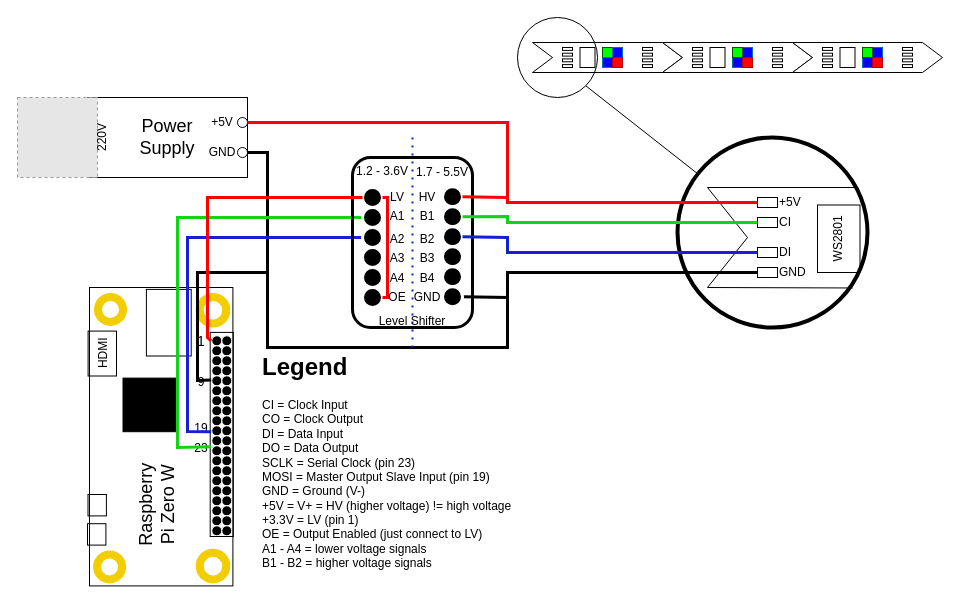
This is page "level shifter" (2 of 3) of pages/assets/hardware.drawio from a-maze-d/fledex, a draw.io file, before an edit. Source tidied: cells renumbered, new cells numbered last; positions are measured from the earlier drawing's top-left corner, leaving out a move shared by most shapes. Both pictures are drawn from the tidied source at 100%, with x=0, y=0 at pixel (12, 17). Pictures stored in the file or linked from it are replaced by grey dashed boxes.
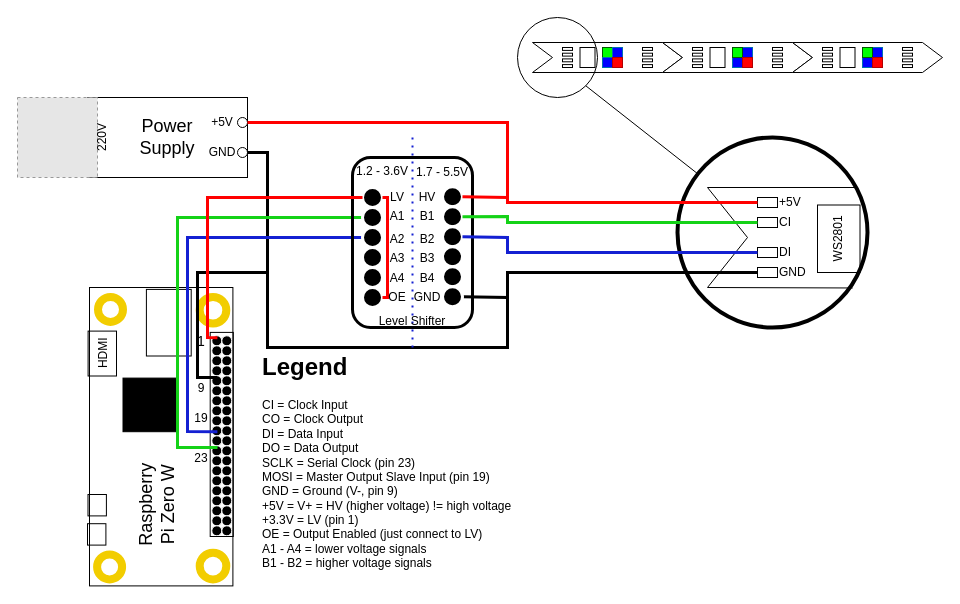
The same page after the edit.

Commit message (it also covers changes not shown here):
minor documentation updates and adding information on how to connect an LED strip directly

Unchanged cells that the change refers to:
```xml
<mxCell id="124" style="group;" parent="81" vertex="1">
  <mxGeometry width="145.5" height="298.4" as="geometry" />
</mxCell>
<mxCell id="125" style="rounded=0;whiteSpace=wrap;html=1;fillStyle=auto;strokeColor=#000000;strokeWidth=1;fontSize=18;fillColor=none;rotation=-90;" parent="124" vertex="1">
  <mxGeometry x="-75.5" y="77.5" width="298.4" height="143.4" as="geometry" />
</mxCell>
<mxCell id="136" value="&lt;font style=&quot;font-size: 14px;&quot;&gt;1&lt;/font&gt;" style="text;html=1;strokeColor=none;fillColor=none;align=center;verticalAlign=middle;whiteSpace=wrap;rounded=0;fontSize=18;" parent="124" vertex="1">
  <mxGeometry x="103.7" y="38.4" width="20" height="30" as="geometry" />
</mxCell>
<mxCell id="149" style="ellipse;whiteSpace=wrap;html=1;fillStyle=auto;strokeColor=#FFFFFF;strokeWidth=3;fontSize=12;fillColor=#000000;" parent="148" vertex="1">
  <mxGeometry width="20" height="20" as="geometry" />
</mxCell>
<mxCell id="150" style="ellipse;whiteSpace=wrap;html=1;fillStyle=auto;strokeColor=#FFFFFF;strokeWidth=3;fontSize=12;fillColor=#000000;" parent="148" vertex="1">
  <mxGeometry y="20" width="20" height="20" as="geometry" />
</mxCell>
<mxCell id="151" style="ellipse;whiteSpace=wrap;html=1;fillStyle=auto;strokeColor=#FFFFFF;strokeWidth=3;fontSize=12;fillColor=#000000;" parent="148" vertex="1">
  <mxGeometry y="40" width="20" height="20" as="geometry" />
</mxCell>
<mxCell id="162" style="ellipse;whiteSpace=wrap;html=1;fillStyle=auto;strokeColor=#FFFFFF;strokeWidth=3;fontSize=12;fillColor=#000000;" parent="156" vertex="1">
  <mxGeometry y="100" width="20" height="20" as="geometry" />
</mxCell>
```

Diff of the diagram source:
```diff
@@
     <mxCell id="138" value="&lt;font style=&quot;font-size: 12px;&quot;&gt;19&lt;/font&gt;" style="text;html=1;strokeColor=none;fillColor=none;align=center;verticalAlign=middle;whiteSpace=wrap;rounded=0;fontSize=18;" parent="124" vertex="1">
-      <mxGeometry x="103.7" y="124.2" width="20" height="30" as="geometry" />
+      <mxGeometry x="103.7" y="114.2" width="20" height="30" as="geometry" />
     </mxCell>
     <mxCell id="139" value="&lt;font style=&quot;font-size: 12px;&quot;&gt;23&lt;/font&gt;" style="text;html=1;strokeColor=none;fillColor=none;align=center;verticalAlign=middle;whiteSpace=wrap;rounded=0;fontSize=18;" parent="124" vertex="1">
-      <mxGeometry x="103.7" y="144.2" width="20" height="30" as="geometry" />
+      <mxGeometry x="103.7" y="154.2" width="20" height="30" as="geometry" />
     </mxCell>
     <mxCell id="140" value="&lt;font style=&quot;font-size: 12px;&quot;&gt;9&lt;/font&gt;" style="text;html=1;strokeColor=none;fillColor=none;align=center;verticalAlign=middle;whiteSpace=wrap;rounded=0;fontSize=18;" parent="124" vertex="1">
-      <mxGeometry x="103.7" y="77.5" width="20" height="30" as="geometry" />
+      <mxGeometry x="103.7" y="84.2" width="20" height="30" as="geometry" />
     </mxCell>
@@
-    <mxCell id="142" style="endArrow=none;html=1;rounded=0;strokeColor=#000000;strokeWidth=3;fontSize=12;exitX=1;exitY=0.5;exitDx=0;exitDy=0;" parent="1" edge="1" source="140" target="162">
+    <mxCell id="142" style="endArrow=none;html=1;rounded=0;strokeColor=#000000;strokeWidth=3;fontSize=12;exitX=0.698;exitY=0.892;exitDx=0;exitDy=0;exitPerimeter=0;" parent="1" edge="1" source="125" target="162">
       <mxGeometry relative="1" as="geometry">
         <Array as="points">
-          <mxPoint x="185" y="363" />
+          <mxPoint x="185" y="360" />
           <mxPoint x="185" y="255" />
           <mxPoint x="255" y="255" />
           <mxPoint x="255" y="330" />
           <mxPoint x="305" y="330" />
           <mxPoint x="495" y="330" />
           <mxPoint x="495" y="280" />
         </Array>
       </mxGeometry>
     </mxCell>
-    <mxCell id="143" style="endArrow=none;html=1;rounded=0;strokeColor=#14d217;strokeWidth=3;fontSize=12;entryX=0;entryY=0.5;entryDx=0;entryDy=0;exitX=1;exitY=0.5;exitDx=0;exitDy=0;" parent="1" edge="1" source="139" target="150">
+    <mxCell id="143" style="endArrow=none;html=1;rounded=0;strokeColor=#14d217;strokeWidth=3;fontSize=12;entryX=0;entryY=0.5;entryDx=0;entryDy=0;" parent="1" edge="1" target="150">
       <mxGeometry relative="1" as="geometry">
+        <mxPoint x="205" y="430" as="sourcePoint" />
         <Array as="points">
           <mxPoint x="165" y="430" />
           <mxPoint x="165" y="200" />
         </Array>
       </mxGeometry>
     </mxCell>
-    <mxCell id="144" style="endArrow=none;html=1;rounded=0;strokeColor=#1420d2;strokeWidth=3;fontSize=12;exitX=0;exitY=0.5;exitDx=0;exitDy=0;entryX=1;entryY=0;entryDx=0;entryDy=0;" parent="1" edge="1" source="151" target="139">
+    <mxCell id="144" style="endArrow=none;html=1;rounded=0;strokeColor=#1420d2;strokeWidth=3;fontSize=12;exitX=0;exitY=0.5;exitDx=0;exitDy=0;entryX=0.517;entryY=0.892;entryDx=0;entryDy=0;entryPerimeter=0;" parent="1" edge="1" source="151" target="125">
       <mxGeometry relative="1" as="geometry">
         <Array as="points">
           <mxPoint x="175" y="220" />
           <mxPoint x="175" y="414" />
         </Array>
       </mxGeometry>
     </mxCell>
-    <mxCell id="145" value="&lt;h1&gt;Legend&lt;/h1&gt;&lt;p&gt;CI = Clock Input&lt;br&gt;CO = Clock Output&lt;br&gt;DI = Data Input&lt;br&gt;DO = Data Output&lt;br&gt;SCLK = Serial Clock (pin 23)&lt;br&gt;MOSI = Master Output Slave Input (pin 19)&amp;nbsp;&lt;br&gt;GND = Ground (V-)&lt;br&gt;+5V = V+ = HV (higher voltage) != high voltage&lt;br&gt;+3.3V = LV (pin 1)&lt;br&gt;OE = Output Enabled (just&amp;nbsp;&lt;span style=&quot;background-color: initial;&quot;&gt;connect to LV)&lt;br&gt;&lt;/span&gt;&lt;span style=&quot;background-color: initial;&quot;&gt;A1 - A4 = lower voltage&amp;nbsp;&lt;/span&gt;&lt;span style=&quot;background-color: initial;&quot;&gt;signals&lt;br&gt;&lt;/span&gt;&lt;span style=&quot;background-color: initial;&quot;&gt;B1 - B2 = higher voltage&amp;nbsp;signals&lt;/span&gt;&lt;/p&gt;" style="text;html=1;strokeColor=none;fillColor=none;spacing=5;spacingTop=-20;whiteSpace=wrap;overflow=hidden;rounded=0;fontSize=12;" parent="1" vertex="1">
+    <mxCell id="145" value="&lt;h1&gt;Legend&lt;/h1&gt;&lt;p&gt;CI = Clock Input&lt;br&gt;CO = Clock Output&lt;br&gt;DI = Data Input&lt;br&gt;DO = Data Output&lt;br&gt;SCLK = Serial Clock (pin 23)&lt;br&gt;MOSI = Master Output Slave Input (pin 19)&amp;nbsp;&lt;br&gt;GND = Ground (V-, pin 9)&lt;br&gt;+5V = V+ = HV (higher voltage) != high voltage&lt;br&gt;+3.3V = LV (pin 1)&lt;br&gt;OE = Output Enabled (just&amp;nbsp;&lt;span style=&quot;background-color: initial;&quot;&gt;connect to LV)&lt;br&gt;&lt;/span&gt;&lt;span style=&quot;background-color: initial;&quot;&gt;A1 - A4 = lower voltage&amp;nbsp;&lt;/span&gt;&lt;span style=&quot;background-color: initial;&quot;&gt;signals&lt;br&gt;&lt;/span&gt;&lt;span style=&quot;background-color: initial;&quot;&gt;B1 - B2 = higher voltage&amp;nbsp;signals&lt;/span&gt;&lt;/p&gt;" style="text;html=1;strokeColor=none;fillColor=none;spacing=5;spacingTop=-20;whiteSpace=wrap;overflow=hidden;rounded=0;fontSize=12;" parent="1" vertex="1">
       <mxGeometry x="245" y="330" width="280" height="230" as="geometry" />
     </mxCell>
@@
-    <mxCell id="181" style="endArrow=none;html=1;rounded=0;strokeColor=#FF0000;strokeWidth=3;fontSize=12;exitX=1;exitY=0.5;exitDx=0;exitDy=0;fillColor=#e51400;" parent="1" edge="1" source="136" target="149">
+    <mxCell id="181" style="endArrow=none;html=1;rounded=0;strokeColor=#FF0000;strokeWidth=3;fontSize=12;exitX=0.832;exitY=0.892;exitDx=0;exitDy=0;fillColor=#e51400;exitPerimeter=0;" parent="1" edge="1" source="125" target="149">
       <mxGeometry relative="1" as="geometry">
         <Array as="points">
           <mxPoint x="195" y="320" />
           <mxPoint x="195" y="180" />
         </Array>
       </mxGeometry>
     </mxCell>
```
